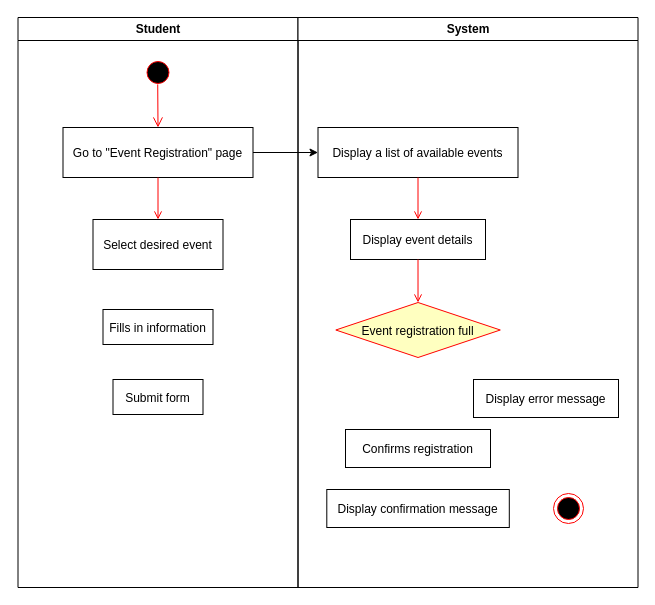
ShuYu03/ShuYu03.github.io keeps this draw.io diagram as UseCase/UC007.drawio. Above is the earlier version. Source tidied: cells renumbered, new cells numbered last; positions are measured from the earlier drawing's top-left corner, leaving out a move shared by most shapes. Both pictures are drawn from the tidied source at 100%, with x=0, y=0 at pixel (17, 17).
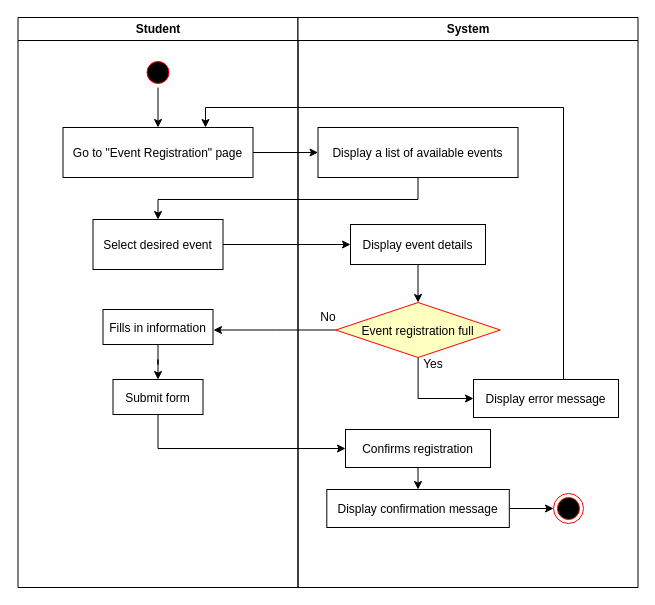
Above is the later version.

Unchanged cells that the change refers to:
```xml
<mxCell id="2" value="Student" style="swimlane;whiteSpace=wrap;" parent="1" vertex="1">
  <mxGeometry x="0.5" width="280" height="570" as="geometry" />
</mxCell>
<mxCell id="3" style="ellipse;shape=startState;fillColor=#000000;strokeColor=#ff0000;" parent="2" vertex="1">
  <mxGeometry x="125" y="40" width="30" height="30" as="geometry" />
</mxCell>
<mxCell id="5" value="Go to &quot;Event Registration&quot; page" parent="2" vertex="1">
  <mxGeometry x="45" y="110" width="190" height="50" as="geometry" />
</mxCell>
<mxCell id="6" value="Select desired event" parent="2" vertex="1">
  <mxGeometry x="75" y="202" width="130" height="50" as="geometry" />
</mxCell>
<mxCell id="8" value="Fills in information" parent="2" vertex="1">
  <mxGeometry x="85" y="292" width="110" height="35" as="geometry" />
</mxCell>
<mxCell id="9" value="Submit form" parent="2" vertex="1">
  <mxGeometry x="95" y="362" width="90" height="35" as="geometry" />
</mxCell>
<mxCell id="10" value="System" style="swimlane;whiteSpace=wrap;" parent="1" vertex="1">
  <mxGeometry x="280.5" width="340" height="570" as="geometry" />
</mxCell>
<mxCell id="11" value="Display a list of available events" parent="10" vertex="1">
  <mxGeometry x="20" y="110" width="200" height="50" as="geometry" />
</mxCell>
<mxCell id="14" value="Event registration full" style="rhombus;fillColor=#ffffc0;strokeColor=#ff0000;" parent="10" vertex="1">
  <mxGeometry x="37.8" y="285" width="164.5" height="55" as="geometry" />
</mxCell>
<mxCell id="16" style="ellipse;shape=endState;fillColor=#000000;strokeColor=#ff0000;" parent="10" vertex="1">
  <mxGeometry x="255.5" y="476" width="30" height="30" as="geometry" />
</mxCell>
<mxCell id="17" value="Display error message" parent="10" vertex="1">
  <mxGeometry x="175.5" y="362" width="145" height="38" as="geometry" />
</mxCell>
<mxCell id="18" value="Confirms registration" parent="10" vertex="1">
  <mxGeometry x="47.5" y="412" width="145" height="38" as="geometry" />
</mxCell>
<mxCell id="19" value="Display confirmation message" parent="10" vertex="1">
  <mxGeometry x="28.8" y="472" width="182.5" height="38" as="geometry" />
</mxCell>
```

Change to the diagram source:
```diff
@@
+    <mxCell id="4" style="edgeStyle=orthogonalEdgeStyle;rounded=0;jettySize=auto;html=1;exitX=0.5;exitY=1;exitDx=0;exitDy=0;entryX=0.5;entryY=0;entryDx=0;entryDy=0;" parent="2" edge="1" source="3" target="5">
+      <mxGeometry relative="1" as="geometry" />
+    </mxCell>
@@
-    <mxCell id="4" style="edgeStyle=elbowEdgeStyle;elbow=horizontal;verticalAlign=bottom;endArrow=open;endSize=8;strokeColor=#FF0000;endFill=1;rounded=0;exitX=0.491;exitY=0.897;exitDx=0;exitDy=0;exitPerimeter=0;" parent="2" edge="1" source="3" target="5">
-      <mxGeometry x="100" y="40" as="geometry">
-        <Array as="points">
-          <mxPoint x="140" y="72" />
-        </Array>
-      </mxGeometry>
-    </mxCell>
@@
-    <mxCell id="7" style="endArrow=open;strokeColor=#FF0000;endFill=1;rounded=0;exitX=0.5;exitY=1;exitDx=0;exitDy=0;" parent="2" edge="1" source="5" target="6">
-      <mxGeometry relative="1" as="geometry" />
-    </mxCell>
+    <mxCell id="21" style="edgeStyle=orthogonalEdgeStyle;rounded=0;jettySize=auto;html=1;entryX=0.5;entryY=0;entryDx=0;entryDy=0;" parent="2" edge="1" source="8" target="9">
+      <mxGeometry relative="1" as="geometry" />
+    </mxCell>
@@
+    <mxCell id="15" style="edgeStyle=orthogonalEdgeStyle;rounded=0;jettySize=auto;html=1;entryX=0.5;entryY=0;entryDx=0;entryDy=0;" parent="10" edge="1" source="12" target="14">
+      <mxGeometry relative="1" as="geometry" />
+    </mxCell>
     <mxCell id="12" value="Display event details" parent="10" vertex="1">
-      <mxGeometry x="52.5" y="202" width="135" height="40" as="geometry" />
+      <mxGeometry x="52.5" y="207" width="135" height="40" as="geometry" />
     </mxCell>
-    <mxCell id="13" style="endArrow=open;strokeColor=#FF0000;endFill=1;rounded=0;" parent="10" edge="1" source="11" target="12">
-      <mxGeometry relative="1" as="geometry" />
-    </mxCell>
+    <mxCell id="22" style="edgeStyle=orthogonalEdgeStyle;rounded=0;jettySize=auto;html=1;" parent="10" edge="1" source="14">
+      <mxGeometry relative="1" as="geometry">
+        <mxPoint x="-84.5" y="312.5" as="targetPoint" />
+      </mxGeometry>
+    </mxCell>
+    <mxCell id="23" style="edgeStyle=orthogonalEdgeStyle;rounded=0;jettySize=auto;html=1;entryX=0;entryY=0.5;entryDx=0;entryDy=0;" parent="10" edge="1" source="14" target="17">
+      <mxGeometry relative="1" as="geometry" />
+    </mxCell>
@@
-    <mxCell id="15" style="endArrow=open;strokeColor=#FF0000;endFill=1;rounded=0;" parent="10" edge="1" source="12" target="14">
-      <mxGeometry relative="1" as="geometry" />
-    </mxCell>
@@
+    <mxCell id="24" style="edgeStyle=orthogonalEdgeStyle;rounded=0;jettySize=auto;html=1;exitX=0.5;exitY=1;exitDx=0;exitDy=0;entryX=0.5;entryY=0;entryDx=0;entryDy=0;" parent="10" edge="1" source="18" target="19">
+      <mxGeometry relative="1" as="geometry" />
+    </mxCell>
@@
+    <mxCell id="25" style="edgeStyle=orthogonalEdgeStyle;rounded=0;jettySize=auto;html=1;entryX=0;entryY=0.5;entryDx=0;entryDy=0;" parent="10" edge="1" source="19" target="16">
+      <mxGeometry relative="1" as="geometry" />
+    </mxCell>
@@
+    <mxCell id="26" value="No" style="text;strokeColor=none;align=center;fillColor=none;html=1;verticalAlign=middle;whiteSpace=wrap;rounded=0;" parent="10" vertex="1">
+      <mxGeometry y="285" width="60" height="30" as="geometry" />
+    </mxCell>
+    <mxCell id="27" value="Yes" style="text;strokeColor=none;align=center;fillColor=none;html=1;verticalAlign=middle;whiteSpace=wrap;rounded=0;" parent="10" vertex="1">
+      <mxGeometry x="105.5" y="332" width="60" height="30" as="geometry" />
+    </mxCell>
@@
+    <mxCell id="28" style="edgeStyle=orthogonalEdgeStyle;rounded=0;jettySize=auto;html=1;entryX=0.75;entryY=0;entryDx=0;entryDy=0;" parent="1" edge="1" source="17" target="5">
+      <mxGeometry relative="1" as="geometry">
+        <Array as="points">
+          <mxPoint x="546" y="90" />
+          <mxPoint x="188" y="90" />
+        </Array>
+      </mxGeometry>
+    </mxCell>
+    <mxCell id="29" style="edgeStyle=orthogonalEdgeStyle;rounded=0;jettySize=auto;html=1;entryX=0;entryY=0.5;entryDx=0;entryDy=0;" parent="1" edge="1" source="9" target="18">
+      <mxGeometry relative="1" as="geometry">
+        <Array as="points">
+          <mxPoint x="141" y="431" />
+        </Array>
+      </mxGeometry>
+    </mxCell>
+    <mxCell id="30" style="edgeStyle=orthogonalEdgeStyle;rounded=0;jettySize=auto;html=1;" parent="1" edge="1" source="6" target="12">
+      <mxGeometry relative="1" as="geometry" />
+    </mxCell>
+    <mxCell id="31" style="edgeStyle=orthogonalEdgeStyle;rounded=0;jettySize=auto;html=1;entryX=0.5;entryY=0;entryDx=0;entryDy=0;" parent="1" edge="1" source="11" target="6">
+      <mxGeometry relative="1" as="geometry">
+        <Array as="points">
+          <mxPoint x="401" y="182" />
+          <mxPoint x="141" y="182" />
+        </Array>
+      </mxGeometry>
+    </mxCell>
```
